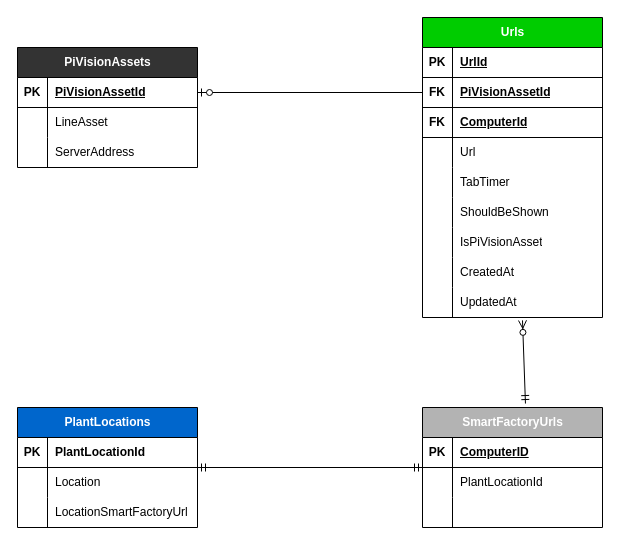
Above: ads_tables.drawio in josephkligel/diagrams (draw.io), before the change. Source tidied: cells renumbered, new cells numbered last; positions are measured from the earlier drawing's top-left corner, leaving out a move shared by most shapes. Both pictures are drawn from the tidied source at 100%, with x=0, y=0 at pixel (17, 17).
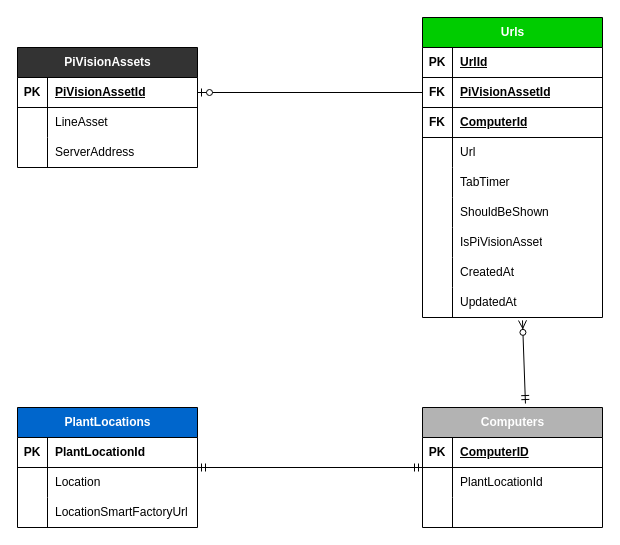
The same page after the edit.

Diff of the diagram source:
```diff
@@
-    <mxCell id="54" value="&lt;font style=&quot;color: rgb(255, 255, 255);&quot;&gt;SmartF&lt;/font&gt;&lt;span style=&quot;color: light-dark(rgb(255, 255, 255), rgb(18, 18, 18)); background-color: transparent;&quot;&gt;actoryUrls&lt;/span&gt;" style="shape=table;startSize=30;childLayout=tableLayout;rowLines=0;fontStyle=1;align=center;html=1;fillColor=#B3B3B3;" parent="1" vertex="1">
+    <mxCell id="54" value="&lt;font color=&quot;#ffffff&quot;&gt;Computers&lt;/font&gt;" style="shape=table;startSize=30;childLayout=tableLayout;rowLines=0;fontStyle=1;align=center;html=1;fillColor=#B3B3B3;" parent="1" vertex="1">
       <mxGeometry x="405" y="390" width="180" height="120" as="geometry" />
     </mxCell>
```
